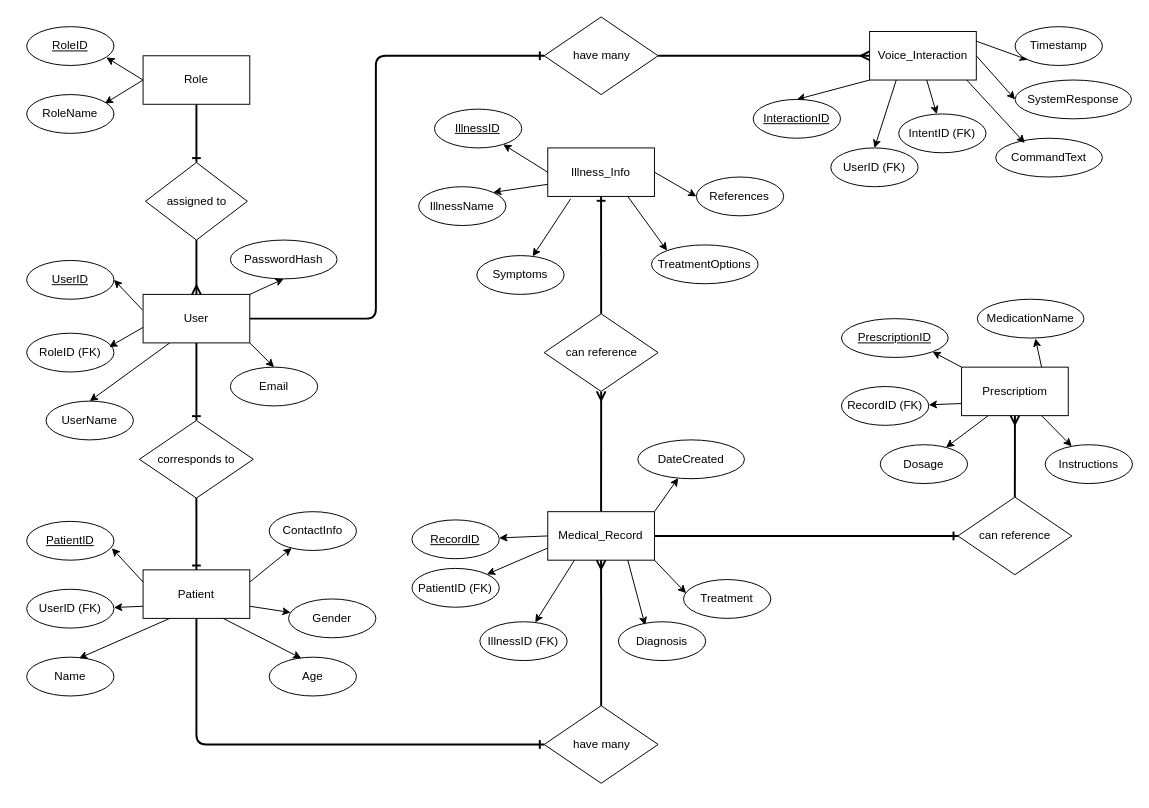
BlueXhima/MediHelp keeps this draw.io diagram as MediHelp/src/entity-relationship-diagram/medihelp.drawio. Above is the earlier version. Source tidied: cells renumbered, new cells numbered last; positions are measured from the earlier drawing's top-left corner, leaving out a move shared by most shapes. Both pictures are drawn from the tidied source at 97%, with x=0, y=0 at pixel (26, 16).
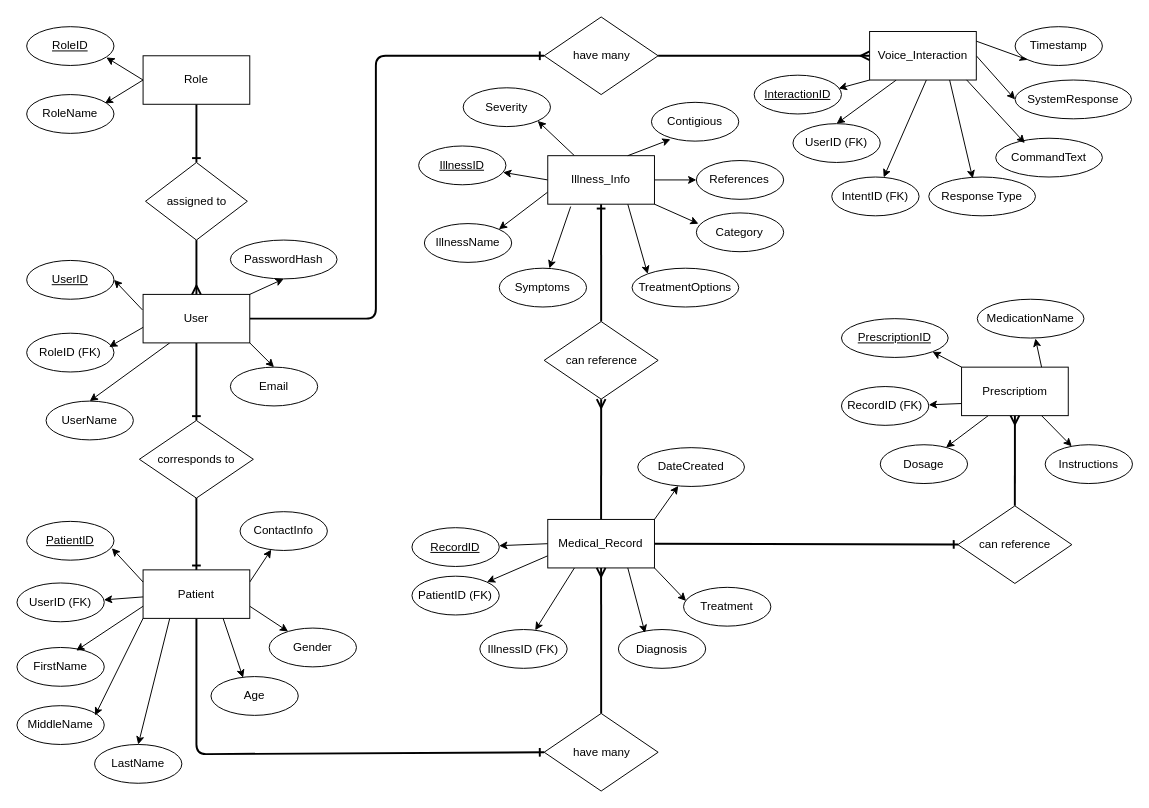
The same page after the edit.

Commit message (it also covers changes not shown here):
Already finish your notes for ERD (Valdo)

Nakabased ba yung mga notes mo sa mismong system natin? like yung mga hihingin na information para sa user? Then pacheck din ng mga relationship ng bawat entities (name ng table), yun lang

The change refers to these unchanged cells:
```xml
<mxCell id="23" value="Patient" style="rounded=0;whiteSpace=wrap;html=1;fontFamily=Helvetica;" parent="1" vertex="1">
  <mxGeometry x="120" y="570" width="110" height="50" as="geometry" />
</mxCell>
<mxCell id="87" value="Voice_Interaction" style="rounded=0;whiteSpace=wrap;html=1;fontFamily=Helvetica;" parent="1" vertex="1">
  <mxGeometry x="869" y="15" width="110" height="50" as="geometry" />
</mxCell>
```

What changed in the source:
```diff
@@
-    <mxCell id="19" style="edgeStyle=none;html=1;exitX=0;exitY=0.75;exitDx=0;exitDy=0;" parent="1" edge="1" source="23" target="25">
+    <mxCell id="19" style="edgeStyle=none;html=1;exitX=0.011;exitY=0.556;exitDx=0;exitDy=0;exitPerimeter=0;" parent="1" edge="1" source="23" target="25">
       <mxGeometry relative="1" as="geometry" />
     </mxCell>
@@
     <mxCell id="22" style="edgeStyle=none;html=1;exitX=0.5;exitY=1;exitDx=0;exitDy=0;entryX=0;entryY=0.5;entryDx=0;entryDy=0;strokeWidth=2;endArrow=ERone;endFill=0;" parent="1" edge="1" source="23" target="77">
       <mxGeometry relative="1" as="geometry">
         <Array as="points">
-          <mxPoint x="175" y="750" />
+          <mxPoint x="175" y="760" />
         </Array>
       </mxGeometry>
     </mxCell>
+    <mxCell id="97" style="edgeStyle=none;html=1;exitX=0.25;exitY=1;exitDx=0;exitDy=0;entryX=0.5;entryY=0;entryDx=0;entryDy=0;" parent="1" edge="1" source="23" target="100">
+      <mxGeometry relative="1" as="geometry" />
+    </mxCell>
@@
     <mxCell id="25" value="UserID (FK)" style="ellipse;whiteSpace=wrap;html=1;" parent="1" vertex="1">
-      <mxGeometry y="590" width="90" height="40" as="geometry" />
+      <mxGeometry x="-10" y="583.5" width="90" height="40" as="geometry" />
     </mxCell>
-    <mxCell id="26" value="Name" style="ellipse;whiteSpace=wrap;html=1;" parent="1" vertex="1">
-      <mxGeometry y="660" width="90" height="40" as="geometry" />
+    <mxCell id="26" value="FirstName" style="ellipse;whiteSpace=wrap;html=1;" parent="1" vertex="1">
+      <mxGeometry x="-10" y="650" width="90" height="40" as="geometry" />
     </mxCell>
     <mxCell id="27" value="Age" style="ellipse;whiteSpace=wrap;html=1;" parent="1" vertex="1">
-      <mxGeometry x="250" y="660" width="90" height="40" as="geometry" />
+      <mxGeometry x="190" y="680" width="90" height="40" as="geometry" />
     </mxCell>
     <mxCell id="28" value="Gender" style="ellipse;whiteSpace=wrap;html=1;" parent="1" vertex="1">
-      <mxGeometry x="270" y="600" width="90" height="40" as="geometry" />
+      <mxGeometry x="250" y="630" width="90" height="40" as="geometry" />
     </mxCell>
     <mxCell id="29" value="ContactInfo" style="ellipse;whiteSpace=wrap;html=1;" parent="1" vertex="1">
-      <mxGeometry x="250" y="510" width="90" height="40" as="geometry" />
+      <mxGeometry x="220" y="510" width="90" height="40" as="geometry" />
     </mxCell>
@@
     <mxCell id="36" value="Medical_Record" style="rounded=0;whiteSpace=wrap;html=1;fontFamily=Helvetica;" parent="1" vertex="1">
-      <mxGeometry x="537.2" y="510" width="110" height="50" as="geometry" />
+      <mxGeometry x="537.2" y="518" width="110" height="50" as="geometry" />
     </mxCell>
     <mxCell id="37" value="&lt;u&gt;RecordID&lt;/u&gt;" style="ellipse;whiteSpace=wrap;html=1;" parent="1" vertex="1">
-      <mxGeometry x="397.2" y="518.5" width="90" height="40" as="geometry" />
+      <mxGeometry x="397.2" y="526.5" width="90" height="40" as="geometry" />
     </mxCell>
     <mxCell id="38" value="PatientID (FK)" style="ellipse;whiteSpace=wrap;html=1;" parent="1" vertex="1">
-      <mxGeometry x="397.2" y="568.5" width="90" height="40" as="geometry" />
+      <mxGeometry x="397.2" y="576.5" width="90" height="40" as="geometry" />
     </mxCell>
     <mxCell id="39" value="IllnessID (FK)" style="ellipse;whiteSpace=wrap;html=1;" parent="1" vertex="1">
-      <mxGeometry x="467.2" y="623.5" width="90" height="40" as="geometry" />
+      <mxGeometry x="467.2" y="631.5" width="90" height="40" as="geometry" />
     </mxCell>
     <mxCell id="40" value="Diagnosis" style="ellipse;whiteSpace=wrap;html=1;align=center;" parent="1" vertex="1">
-      <mxGeometry x="610" y="623.5" width="90" height="40" as="geometry" />
+      <mxGeometry x="610" y="631.5" width="90" height="40" as="geometry" />
     </mxCell>
     <mxCell id="41" value="Treatment" style="ellipse;whiteSpace=wrap;html=1;align=center;" parent="1" vertex="1">
-      <mxGeometry x="677.2" y="580" width="90" height="40" as="geometry" />
+      <mxGeometry x="677.2" y="588" width="90" height="40" as="geometry" />
     </mxCell>
     <mxCell id="42" value="DateCreated" style="ellipse;whiteSpace=wrap;html=1;align=center;" parent="1" vertex="1">
-      <mxGeometry x="630" y="436" width="110" height="40" as="geometry" />
+      <mxGeometry x="630" y="444" width="110" height="40" as="geometry" />
     </mxCell>
@@
+    <mxCell id="98" style="edgeStyle=none;html=1;exitX=0.25;exitY=0;exitDx=0;exitDy=0;entryX=1;entryY=1;entryDx=0;entryDy=0;" parent="1" edge="1" source="48" target="104">
+      <mxGeometry relative="1" as="geometry" />
+    </mxCell>
     <mxCell id="48" value="Illness_Info" style="rounded=0;whiteSpace=wrap;html=1;fontFamily=Helvetica;" parent="1" vertex="1">
-      <mxGeometry x="537.2" y="135" width="110" height="50" as="geometry" />
+      <mxGeometry x="537.2" y="143" width="110" height="50" as="geometry" />
     </mxCell>
     <mxCell id="49" value="&lt;u&gt;IllnessID&lt;/u&gt;" style="ellipse;whiteSpace=wrap;html=1;" parent="1" vertex="1">
-      <mxGeometry x="420.4" y="95" width="90" height="40" as="geometry" />
+      <mxGeometry x="404.1" y="133" width="90" height="40" as="geometry" />
     </mxCell>
     <mxCell id="50" value="IllnessName" style="ellipse;whiteSpace=wrap;html=1;" parent="1" vertex="1">
-      <mxGeometry x="404.1" y="175" width="90" height="40" as="geometry" />
+      <mxGeometry x="410" y="213" width="90" height="40" as="geometry" />
     </mxCell>
     <mxCell id="51" value="Symptoms" style="ellipse;whiteSpace=wrap;html=1;" parent="1" vertex="1">
-      <mxGeometry x="464.1" y="246" width="90" height="40" as="geometry" />
+      <mxGeometry x="487.2" y="259" width="90" height="40" as="geometry" />
     </mxCell>
     <mxCell id="52" value="TreatmentOptions" style="ellipse;whiteSpace=wrap;html=1;align=center;" parent="1" vertex="1">
-      <mxGeometry x="644.1" y="235" width="110" height="40" as="geometry" />
+      <mxGeometry x="624.1" y="259" width="110" height="40" as="geometry" />
     </mxCell>
     <mxCell id="53" value="References" style="ellipse;whiteSpace=wrap;html=1;" parent="1" vertex="1">
-      <mxGeometry x="690.4" y="165" width="90" height="40" as="geometry" />
+      <mxGeometry x="690.4" y="148" width="90" height="40" as="geometry" />
     </mxCell>
@@
-    <mxCell id="56" style="edgeStyle=none;html=1;exitX=0.25;exitY=1;exitDx=0;exitDy=0;entryX=0.6;entryY=0.029;entryDx=0;entryDy=0;entryPerimeter=0;" parent="1" edge="1" source="23" target="26">
-      <mxGeometry relative="1" as="geometry" />
-    </mxCell>
@@
     <mxCell id="77" value="have many" style="rhombus;whiteSpace=wrap;html=1;" parent="1" vertex="1">
-      <mxGeometry x="533.5" y="710" width="117.5" height="80" as="geometry" />
+      <mxGeometry x="533.5" y="718" width="117.5" height="80" as="geometry" />
     </mxCell>
@@
     <mxCell id="79" value="can reference" style="rhombus;whiteSpace=wrap;html=1;" parent="1" vertex="1">
-      <mxGeometry x="533.5" y="306" width="117.5" height="80" as="geometry" />
+      <mxGeometry x="533.5" y="314" width="117.5" height="80" as="geometry" />
     </mxCell>
@@
     <mxCell id="81" value="can reference" style="rhombus;whiteSpace=wrap;html=1;" parent="1" vertex="1">
-      <mxGeometry x="960" y="495" width="117.5" height="80" as="geometry" />
+      <mxGeometry x="960" y="504" width="117.5" height="80" as="geometry" />
     </mxCell>
@@
-    <mxCell id="86" style="edgeStyle=none;html=1;exitX=0;exitY=1;exitDx=0;exitDy=0;entryX=0.5;entryY=0;entryDx=0;entryDy=0;" parent="1" edge="1" source="87" target="88">
-      <mxGeometry relative="1" as="geometry" />
-    </mxCell>
@@
     <mxCell id="88" value="&lt;u&gt;InteractionID&lt;/u&gt;" style="ellipse;whiteSpace=wrap;html=1;" parent="1" vertex="1">
-      <mxGeometry x="749" y="85" width="90" height="40" as="geometry" />
+      <mxGeometry x="750" y="60" width="90" height="40" as="geometry" />
     </mxCell>
     <mxCell id="89" value="UserID (FK)" style="ellipse;whiteSpace=wrap;html=1;" parent="1" vertex="1">
-      <mxGeometry x="829" y="135" width="90" height="40" as="geometry" />
+      <mxGeometry x="790" y="110" width="90" height="40" as="geometry" />
     </mxCell>
     <mxCell id="90" value="IntentID (FK)" style="ellipse;whiteSpace=wrap;html=1;" parent="1" vertex="1">
-      <mxGeometry x="899" y="100" width="90" height="40" as="geometry" />
+      <mxGeometry x="830" y="165" width="90" height="40" as="geometry" />
     </mxCell>
@@
+    <mxCell id="99" value="MiddleName" style="ellipse;whiteSpace=wrap;html=1;" parent="1" vertex="1">
+      <mxGeometry x="-10" y="710" width="90" height="40" as="geometry" />
+    </mxCell>
+    <mxCell id="100" value="LastName" style="ellipse;whiteSpace=wrap;html=1;" parent="1" vertex="1">
+      <mxGeometry x="70" y="750" width="90" height="40" as="geometry" />
+    </mxCell>
+    <mxCell id="56" style="edgeStyle=none;html=1;exitX=0;exitY=0.75;exitDx=0;exitDy=0;entryX=0.678;entryY=0.082;entryDx=0;entryDy=0;entryPerimeter=0;" parent="1" edge="1" source="23" target="26">
+      <mxGeometry relative="1" as="geometry" />
+    </mxCell>
+    <mxCell id="101" style="edgeStyle=none;html=1;exitX=0;exitY=1;exitDx=0;exitDy=0;entryX=0.894;entryY=0.254;entryDx=0;entryDy=0;entryPerimeter=0;" parent="1" edge="1" source="23" target="99">
+      <mxGeometry relative="1" as="geometry" />
+    </mxCell>
+    <mxCell id="102" value="Contigious" style="ellipse;whiteSpace=wrap;html=1;" parent="1" vertex="1">
+      <mxGeometry x="644.1" y="88" width="90" height="40" as="geometry" />
+    </mxCell>
+    <mxCell id="103" style="edgeStyle=none;html=1;exitX=0.75;exitY=0;exitDx=0;exitDy=0;entryX=0.218;entryY=0.954;entryDx=0;entryDy=0;entryPerimeter=0;" parent="1" edge="1" source="48" target="102">
+      <mxGeometry relative="1" as="geometry" />
+    </mxCell>
+    <mxCell id="104" value="Severity" style="ellipse;whiteSpace=wrap;html=1;" parent="1" vertex="1">
+      <mxGeometry x="450" y="73" width="90" height="40" as="geometry" />
+    </mxCell>
+    <mxCell id="105" value="Category" style="ellipse;whiteSpace=wrap;html=1;" parent="1" vertex="1">
+      <mxGeometry x="690.4" y="202" width="90" height="40" as="geometry" />
+    </mxCell>
+    <mxCell id="106" style="edgeStyle=none;html=1;exitX=1;exitY=1;exitDx=0;exitDy=0;entryX=0.024;entryY=0.279;entryDx=0;entryDy=0;entryPerimeter=0;" parent="1" edge="1" source="48" target="105">
+      <mxGeometry relative="1" as="geometry" />
+    </mxCell>
+    <mxCell id="86" style="edgeStyle=none;html=1;exitX=0;exitY=1;exitDx=0;exitDy=0;entryX=0.968;entryY=0.342;entryDx=0;entryDy=0;entryPerimeter=0;" parent="1" edge="1" source="87" target="88">
+      <mxGeometry relative="1" as="geometry" />
+    </mxCell>
+    <mxCell id="107" value="Response Type" style="ellipse;whiteSpace=wrap;html=1;" parent="1" vertex="1">
+      <mxGeometry x="930" y="165" width="110" height="40" as="geometry" />
+    </mxCell>
+    <mxCell id="108" style="edgeStyle=none;html=1;exitX=0.75;exitY=1;exitDx=0;exitDy=0;entryX=0.412;entryY=0.035;entryDx=0;entryDy=0;entryPerimeter=0;" parent="1" edge="1" source="87" target="107">
+      <mxGeometry relative="1" as="geometry" />
+    </mxCell>
```
